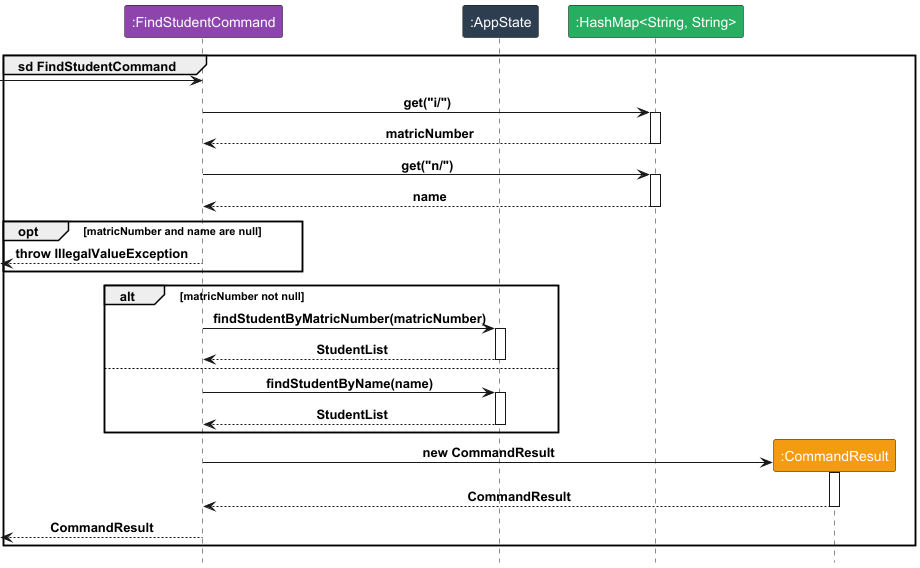
Earlier version of the PlantUML export docs/diagrams/FindStudentCommand.png (yeekian/tp).
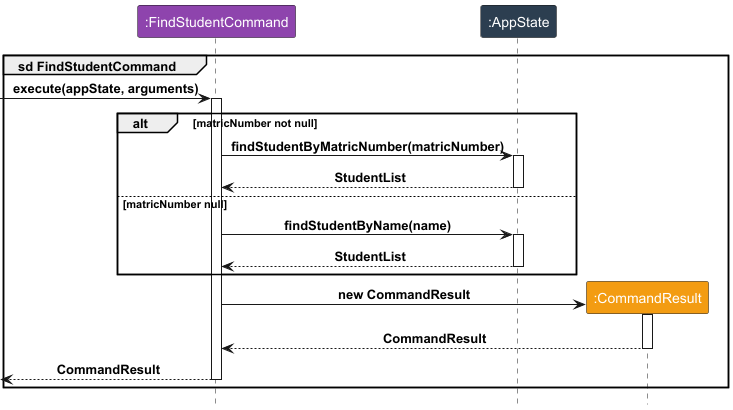
Above is the later version.

Diff of the diagram source:
```diff
@@ -3,29 +3,17 @@
 group sd FindStudentCommand
 participant ":FindStudentCommand" as C LOGIC_COLOR_3
 participant ":AppState" as A LOGIC_COLOR_2
-participant ":HashMap<String, String>" as H LOGIC_COLOR_7
 participant ":CommandResult" as R LOGIC_COLOR_8
 
-[-> C
-C -> H : get("i/")
-activate H
-C <-- H : matricNumber
-deactivate H
-C -> H : get("n/")
-activate H
-C <-- H : name
-deactivate H
-
-opt matricNumber and name are null
-[<--C : throw IllegalValueException
-end
+[-> C : execute(appState, arguments)
+activate C
 
 alt matricNumber not null
 C -> A : findStudentByMatricNumber(matricNumber)
 activate A
 C <-- A : StudentList
 deactivate A
-else
+else matricNumber null
 C -> A : findStudentByName(name)
 activate A
 C <-- A : StudentList
@@ -40,5 +28,6 @@
 deactivate R
 
 [<-- C : CommandResult
+deactivate C
 end
 @enduml
```
